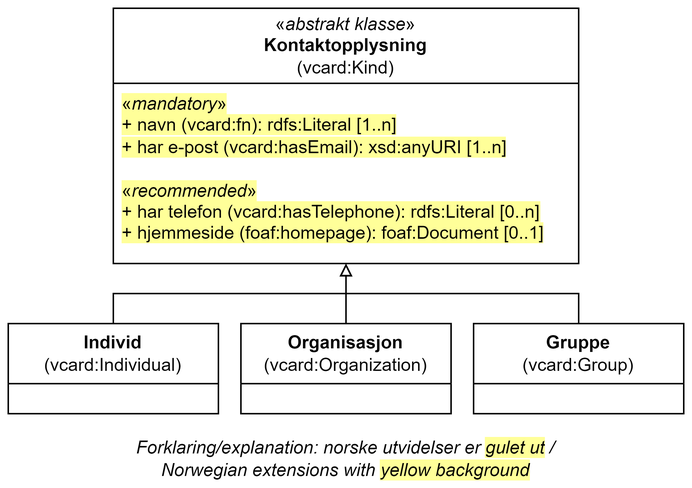
Before: docs/images/Klassen-Kontaktopplysning.png, a diagram exported from draw.io (Informasjonsforvaltning/dcat-ap-no). Source tidied: cells renumbered, new cells last; positions are measured from the earlier drawing's top-left corner, leaving out a move shared by most shapes.
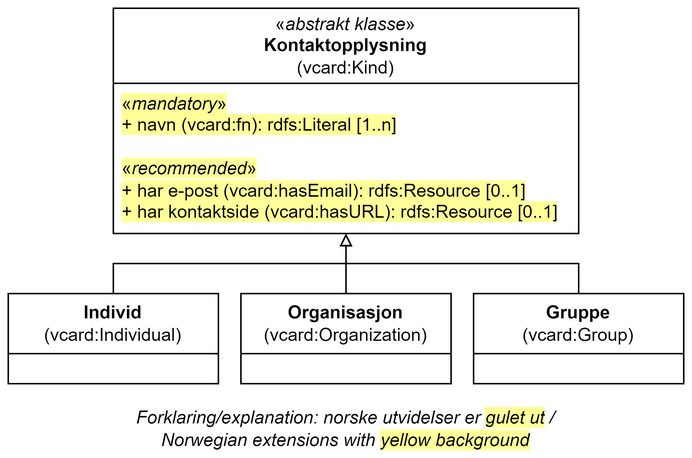
The same file after the commit.

Commit message:
Oppdaterer Kontaktopplysning

Change to the diagram source:
```diff
@@ -3,10 +3,10 @@
     <mxCell id="0" />
     <mxCell id="1" parent="0" />
     <mxCell id="2" value="&lt;span style=&quot;font-weight: normal;&quot;&gt;«&lt;i&gt;abstrakt klasse&lt;/i&gt;»&lt;/span&gt;&lt;br&gt;&lt;div&gt;Kontaktopplysning&lt;/div&gt;&lt;div&gt;&lt;span style=&quot;font-weight: normal;&quot;&gt;(vcard:Kind)&lt;/span&gt;&lt;/div&gt;" style="swimlane;whiteSpace=wrap;html=1;startSize=50;" parent="1" vertex="1">
-      <mxGeometry x="70" width="310" height="170" as="geometry" />
+      <mxGeometry x="70" y="20" width="310" height="150" as="geometry" />
     </mxCell>
-    <mxCell id="3" value="&lt;span style=&quot;background-color: rgb(255, 255, 153);&quot;&gt;«&lt;i&gt;mandatory&lt;/i&gt;»&lt;br&gt;+ navn (vcard:fn): rdfs:Literal [1..n]&lt;br&gt;+ har e-post (vcard:hasEmail): xsd:anyURI [1..n]&lt;/span&gt;&lt;div&gt;&lt;span style=&quot;background-color: rgb(255, 255, 153);&quot;&gt;&lt;br&gt;&lt;/span&gt;&lt;/div&gt;&lt;div&gt;&lt;span style=&quot;background-color: rgb(255, 255, 153);&quot;&gt;«&lt;i&gt;recommended&lt;/i&gt;»&lt;br&gt;+ har telefon (vcard:hasTelephone): rdfs:Literal [0..n]&lt;/span&gt;&lt;/div&gt;&lt;div&gt;&lt;span style=&quot;background-color: rgb(255, 255, 153);&quot;&gt;+ hjemmeside (foaf:homepage): foaf:Document [0..1]&lt;/span&gt;&lt;/div&gt;" style="text;strokeColor=none;fillColor=none;align=left;verticalAlign=top;spacingLeft=4;spacingRight=4;overflow=hidden;whiteSpace=wrap;html=1;" parent="2" vertex="1">
-      <mxGeometry y="50" width="300" height="110" as="geometry" />
+    <mxCell id="3" value="&lt;span style=&quot;background-color: rgb(255, 255, 153);&quot;&gt;«&lt;i&gt;mandatory&lt;/i&gt;»&lt;br&gt;+ navn (vcard:fn): rdfs:Literal [1..n]&lt;br&gt;&lt;/span&gt;&lt;div&gt;&lt;span style=&quot;background-color: rgb(255, 255, 153);&quot;&gt;&lt;br&gt;&lt;/span&gt;&lt;/div&gt;&lt;div&gt;&lt;span style=&quot;background-color: rgb(255, 255, 153);&quot;&gt;«&lt;i&gt;recommended&lt;/i&gt;»&lt;br&gt;&lt;/span&gt;&lt;span style=&quot;background-color: rgb(255, 255, 153);&quot;&gt;+ har e-post (vcard:hasEmail):&amp;nbsp;&lt;/span&gt;&lt;span style=&quot;background-color: rgb(255, 255, 153);&quot;&gt;rdfs:Resource&lt;/span&gt;&lt;span style=&quot;background-color: rgb(255, 255, 153);&quot;&gt;&amp;nbsp;[0..1]&lt;/span&gt;&lt;/div&gt;&lt;div&gt;&lt;span style=&quot;background-color: rgb(255, 255, 153);&quot;&gt;+ har kontaktside (vcard:hasURL): rdfs:Resource [0..1]&lt;/span&gt;&lt;/div&gt;&lt;div&gt;&lt;br&gt;&lt;/div&gt;" style="text;strokeColor=none;fillColor=none;align=left;verticalAlign=top;spacingLeft=4;spacingRight=4;overflow=hidden;whiteSpace=wrap;html=1;" parent="2" vertex="1">
+      <mxGeometry y="50" width="310" height="100" as="geometry" />
     </mxCell>
     <mxCell id="4" value="Individ&lt;br&gt;&lt;span style=&quot;font-weight: normal;&quot;&gt;(vcard:Individual&lt;span style=&quot;background-color: initial;&quot;&gt;)&lt;/span&gt;&lt;/span&gt;" style="swimlane;whiteSpace=wrap;html=1;startSize=40;" parent="1" vertex="1">
       <mxGeometry y="210" width="140" height="60" as="geometry" />
```
